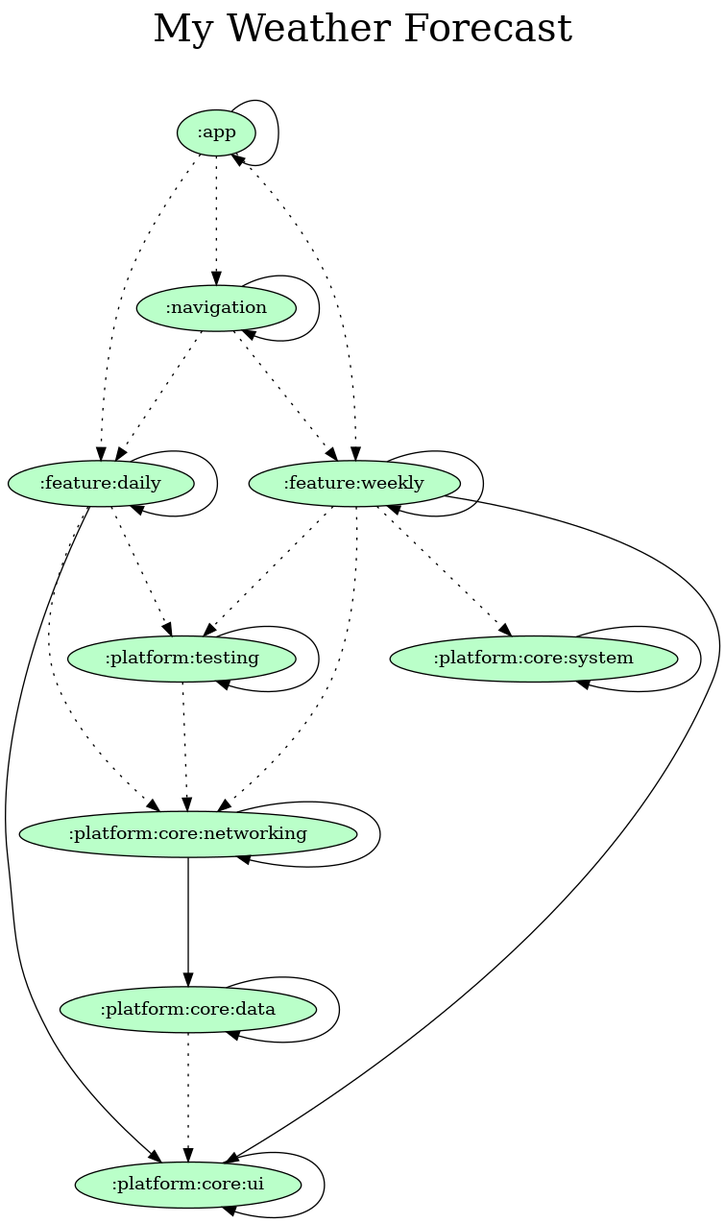
The Graphviz diagram gradle/dependency-graph/project.dot.png in orogersilva/myweatherforecast, before a commit. Its source is kept beside it as gradle/dependency-graph/project.dot.
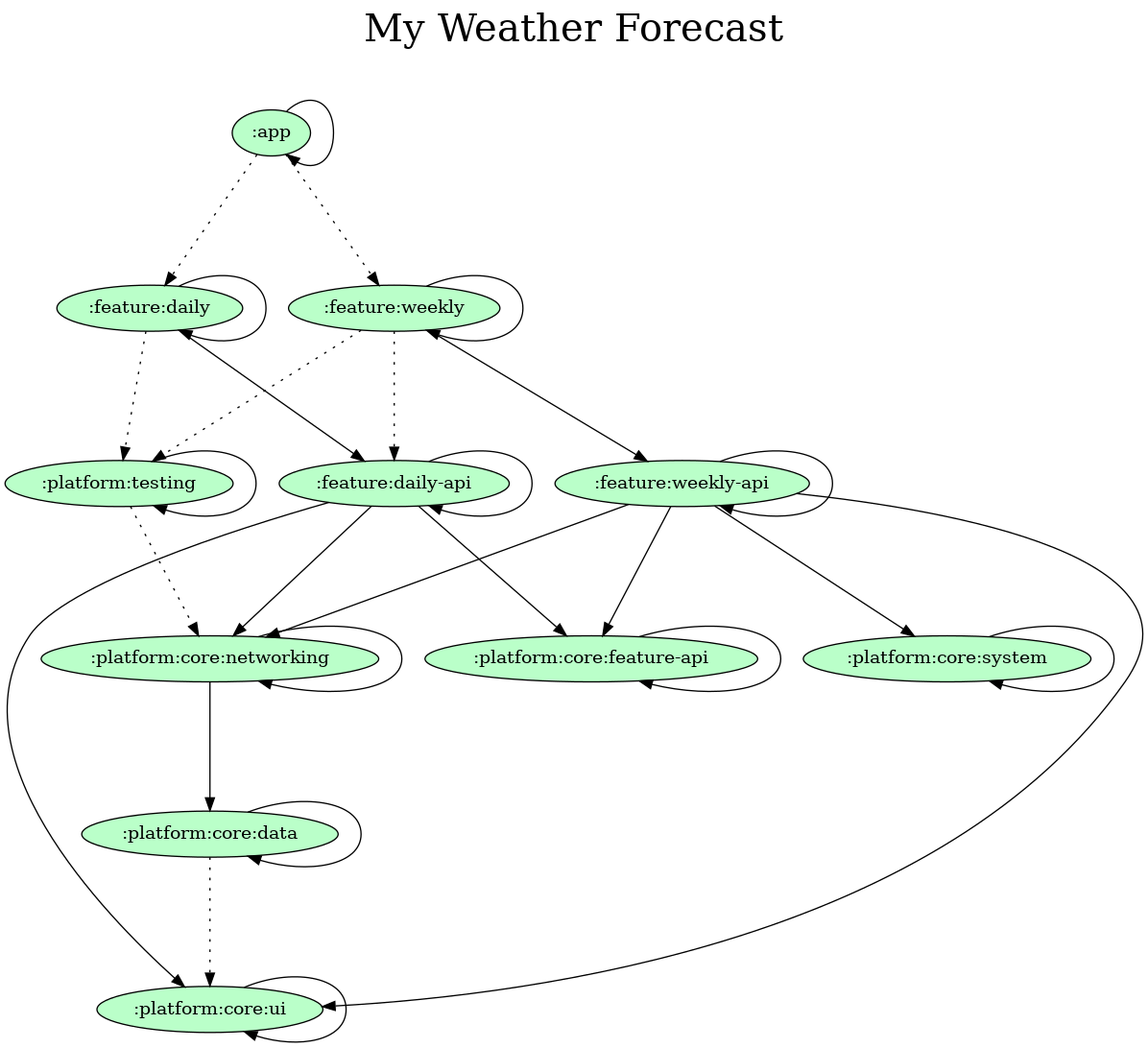
Above is the later version.

Commit message:
docs: Updating dependency graph

The edit, as a diff of the source:
```diff
@@ -7,9 +7,11 @@
 
   ":app" [fillcolor="#baffc9"];
   ":feature:daily" [fillcolor="#baffc9"];
+  ":feature:daily-api" [fillcolor="#baffc9"];
   ":feature:weekly" [fillcolor="#baffc9"];
-  ":navigation" [fillcolor="#baffc9"];
+  ":feature:weekly-api" [fillcolor="#baffc9"];
   ":platform:core:data" [fillcolor="#baffc9"];
+  ":platform:core:feature-api" [fillcolor="#baffc9"];
   ":platform:core:networking" [fillcolor="#baffc9"];
   ":platform:core:system" [fillcolor="#baffc9"];
   ":platform:core:ui" [fillcolor="#baffc9"];
@@ -22,23 +24,27 @@
   ":app" -> ":app"
   ":app" -> ":feature:daily" [style=dotted]
   ":app" -> ":feature:weekly" [style=dotted]
-  ":app" -> ":navigation" [style=dotted]
-  ":navigation" -> ":navigation"
-  ":navigation" -> ":feature:daily" [style=dotted]
-  ":navigation" -> ":feature:weekly" [style=dotted]
-  ":feature:daily" -> ":platform:core:ui"
+  ":feature:daily" -> ":platform:testing" [style=dotted, style=dotted]
+  ":feature:daily" -> ":feature:daily-api"
   ":feature:daily" -> ":feature:daily"
-  ":feature:daily" -> ":platform:core:networking" [style=dotted]
-  ":feature:daily" -> ":platform:testing" [style=dotted]
-  ":feature:weekly" -> ":platform:core:ui"
+  ":feature:daily-api" -> ":platform:core:feature-api"
+  ":feature:daily-api" -> ":platform:core:networking"
+  ":feature:daily-api" -> ":platform:core:ui"
+  ":feature:daily-api" -> ":feature:daily-api"
+  ":feature:weekly" -> ":platform:testing" [style=dotted, style=dotted]
+  ":feature:weekly" -> ":feature:weekly-api"
   ":feature:weekly" -> ":feature:weekly"
-  ":feature:weekly" -> ":platform:core:networking" [style=dotted]
-  ":feature:weekly" -> ":platform:core:system" [style=dotted]
-  ":feature:weekly" -> ":platform:testing" [style=dotted]
+  ":feature:weekly" -> ":feature:daily-api" [style=dotted]
+  ":feature:weekly-api" -> ":platform:core:feature-api"
+  ":feature:weekly-api" -> ":platform:core:networking"
+  ":feature:weekly-api" -> ":platform:core:system"
+  ":feature:weekly-api" -> ":platform:core:ui"
+  ":feature:weekly-api" -> ":feature:weekly-api"
   ":platform:testing" -> ":platform:testing"
   ":platform:testing" -> ":platform:core:networking" [style=dotted]
   ":platform:core:data" -> ":platform:core:data"
   ":platform:core:data" -> ":platform:core:ui" [style=dotted]
+  ":platform:core:feature-api" -> ":platform:core:feature-api"
   ":platform:core:networking" -> ":platform:core:data"
   ":platform:core:networking" -> ":platform:core:networking"
   ":platform:core:system" -> ":platform:core:system"
```
